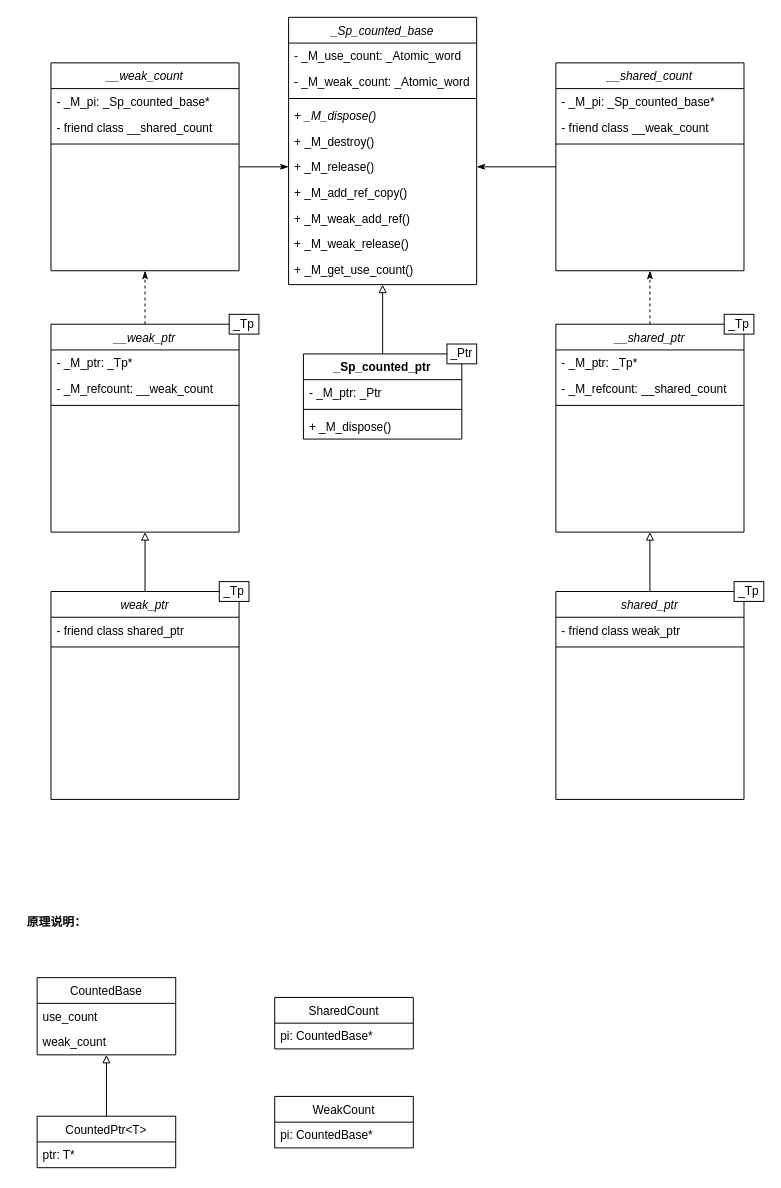
Before: shared_ptr/shared_ptr.drawio in bi-an/algo-exercises, a draw.io diagram. Source tidied: cells renumbered, new cells numbered last; positions are measured from the earlier drawing's top-left corner, leaving out a move shared by most shapes. Both pictures are drawn from the tidied source at 99%, with x=0, y=0 at pixel (17, 17).
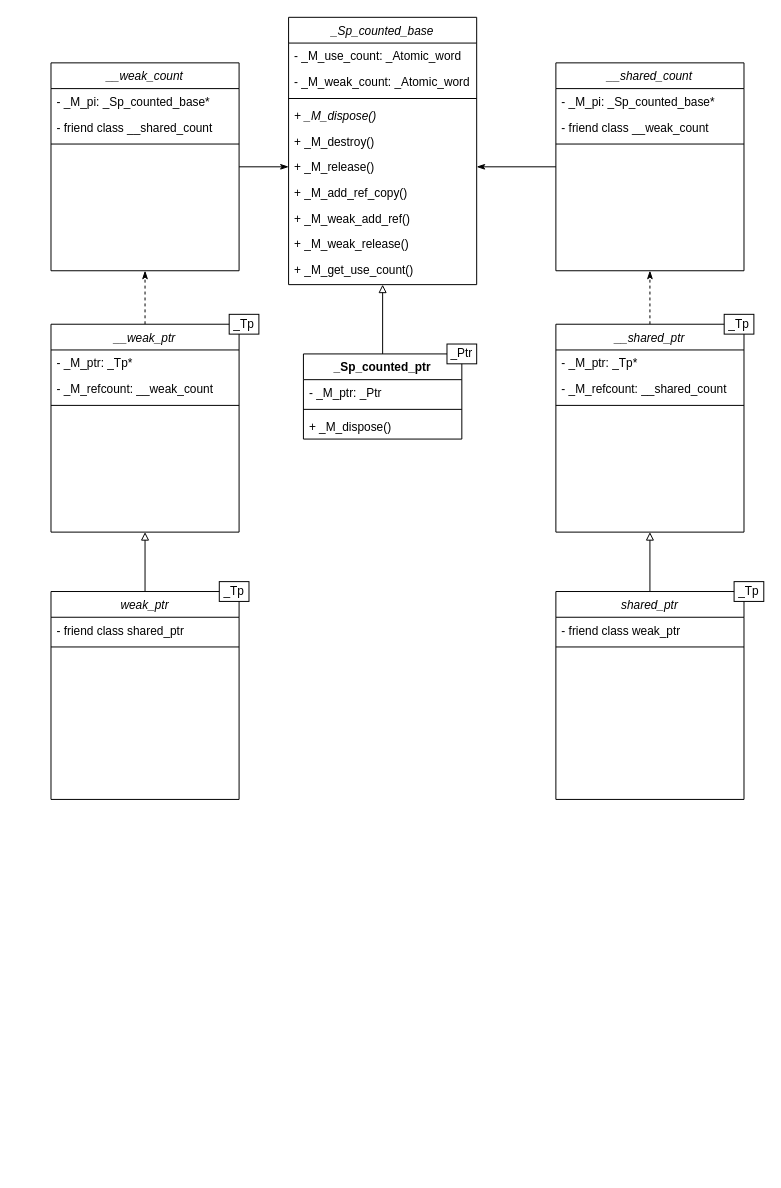
The same diagram, later.

Commit message:
shared_ptr/shared_ptr.drawio删掉无用图

Diff of the diagram source:
```diff
@@
-    <mxCell id="51" style="edgeStyle=orthogonalEdgeStyle;rounded=0;jettySize=auto;html=1;endArrow=none;endFill=0;startArrow=block;startFill=0;" parent="1" edge="1" source="52" target="56">
-      <mxGeometry relative="1" as="geometry" />
-    </mxCell>
-    <mxCell id="52" value="CountedBase" style="swimlane;fontStyle=0;horizontal=1;startSize=26;fillColor=none;" parent="1" vertex="1">
-      <mxGeometry x="20" y="970" width="140" height="78" as="geometry" />
-    </mxCell>
-    <mxCell id="53" value="use_count" style="text;strokeColor=none;fillColor=none;align=left;verticalAlign=top;spacingLeft=4;spacingRight=4;overflow=hidden;" parent="52" vertex="1">
-      <mxGeometry y="26" width="140" height="26" as="geometry" />
-    </mxCell>
-    <mxCell id="54" value="weak_count" style="text;strokeColor=none;fillColor=none;align=left;verticalAlign=top;spacingLeft=4;spacingRight=4;overflow=hidden;" parent="52" vertex="1">
-      <mxGeometry y="52" width="140" height="26" as="geometry" />
-    </mxCell>
-    <mxCell id="55" value="原理说明：" style="text;align=center;fontStyle=1;verticalAlign=middle;spacingLeft=3;spacingRight=3;strokeColor=none;" parent="1" vertex="1">
-      <mxGeometry y="900" width="80" height="26" as="geometry" />
-    </mxCell>
-    <mxCell id="56" value="CountedPtr&lt;T&gt;" style="swimlane;fontStyle=0;horizontal=1;startSize=26;fillColor=none;" parent="1" vertex="1">
-      <mxGeometry x="20" y="1110" width="140" height="52" as="geometry" />
-    </mxCell>
-    <mxCell id="57" value="ptr: T*" style="text;strokeColor=none;fillColor=none;align=left;verticalAlign=top;spacingLeft=4;spacingRight=4;overflow=hidden;" parent="56" vertex="1">
-      <mxGeometry y="26" width="140" height="26" as="geometry" />
-    </mxCell>
-    <mxCell id="58" value="SharedCount" style="swimlane;fontStyle=0;horizontal=1;startSize=26;fillColor=none;" parent="1" vertex="1">
-      <mxGeometry x="260" y="990" width="140" height="52" as="geometry" />
-    </mxCell>
-    <mxCell id="59" value="pi: CountedBase*" style="text;strokeColor=none;fillColor=none;align=left;verticalAlign=top;spacingLeft=4;spacingRight=4;overflow=hidden;" parent="58" vertex="1">
-      <mxGeometry y="26" width="140" height="26" as="geometry" />
-    </mxCell>
-    <mxCell id="60" value="WeakCount" style="swimlane;fontStyle=0;horizontal=1;startSize=26;fillColor=none;" parent="1" vertex="1">
-      <mxGeometry x="260" y="1090" width="140" height="52" as="geometry" />
-    </mxCell>
-    <mxCell id="61" value="pi: CountedBase*" style="text;strokeColor=none;fillColor=none;align=left;verticalAlign=top;spacingLeft=4;spacingRight=4;overflow=hidden;" parent="60" vertex="1">
-      <mxGeometry y="26" width="140" height="26" as="geometry" />
-    </mxCell>
```
